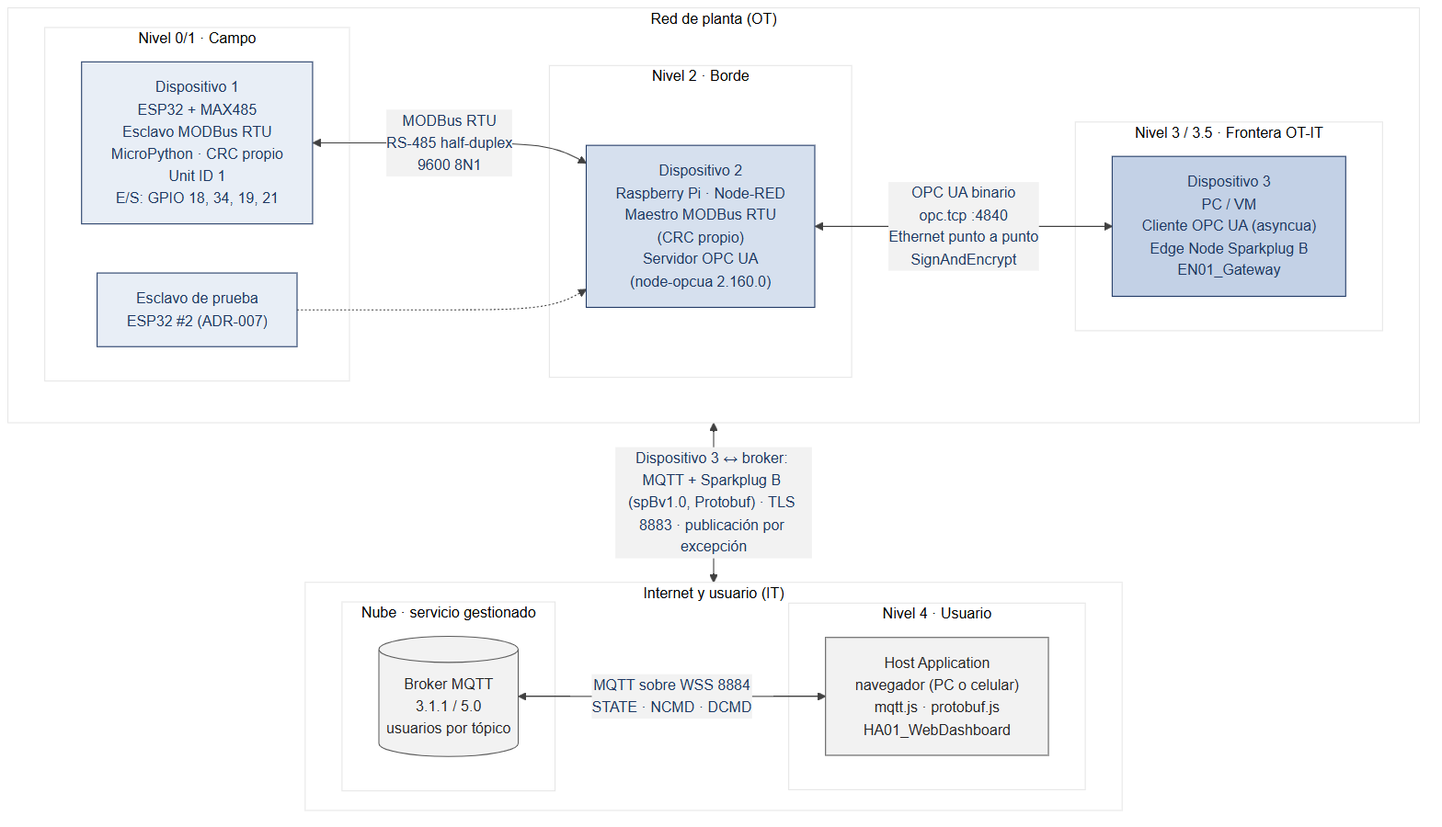
The Mermaid diagram tarea-3/docs/diagramas/arquitectura-general.png in bevilacquafrancisco/protocolos-comunicaciones-industriales, before a commit. Its source is kept beside it as tarea-3/docs/diagramas/arquitectura-general.mmd. The source it was exported from:
```mermaid
flowchart TB
    subgraph OT["Red de planta (OT)"]
        direction LR
        subgraph N1["Nivel 0/1 · Campo"]
            direction TB
            D1["Dispositivo 1<br/>ESP32 + MAX485<br/>Esclavo MODBus RTU<br/>MicroPython · CRC propio<br/>Unit ID 1<br/>E/S: GPIO 18, 34, 19, 21"]
            D1P["Esclavo de prueba<br/>ESP32 #2 (ADR-007)"]
        end
        subgraph N2["Nivel 2 · Borde"]
            D2["Dispositivo 2<br/>Raspberry Pi · Node-RED<br/>Maestro MODBus RTU<br/>(CRC propio)<br/>Servidor OPC UA<br/>(node-opcua 2.160.0)"]
        end
        subgraph N3["Nivel 3 / 3.5 · Frontera OT-IT"]
            D3["Dispositivo 3<br/>PC / VM<br/>Cliente OPC UA (asyncua)<br/>Edge Node Sparkplug B<br/>EN01_Gateway"]
        end
        D1 <-->|"MODBus RTU<br/>RS-485 half-duplex<br/>9600 8N1"| D2
        D1P -.-> D2
        D2 <-->|"OPC UA binario<br/>opc.tcp :4840<br/>Ethernet punto a punto<br/>SignAndEncrypt"| D3
    end

    subgraph IT["Internet y usuario (IT)"]
        direction LR
        subgraph NUBE["Nube · servicio gestionado"]
            BR[("Broker MQTT<br/>3.1.1 / 5.0<br/>usuarios por tópico")]
        end
        subgraph N4["Nivel 4 · Usuario"]
            HA["Host Application<br/>navegador (PC o celular)<br/>mqtt.js · protobuf.js<br/>HA01_WebDashboard"]
        end
        BR <-->|"MQTT sobre WSS 8884<br/>STATE · NCMD · DCMD"| HA
    end

    OT <-->|"Dispositivo 3 ↔ broker: MQTT + Sparkplug B (spBv1.0, Protobuf) · TLS 8883 · publicación por excepción"| IT

    classDef campo fill:#e8eef6,stroke:#1f3864,color:#1f3864
    classDef borde fill:#d6e0ee,stroke:#1f3864,color:#1f3864
    classDef ops fill:#c3d1e6,stroke:#1f3864,color:#1f3864
    classDef nube fill:#f2f2f2,stroke:#595959,color:#262626
    class D1,D1P campo
    class D2 borde
    class D3 ops
    class BR,HA nube
```
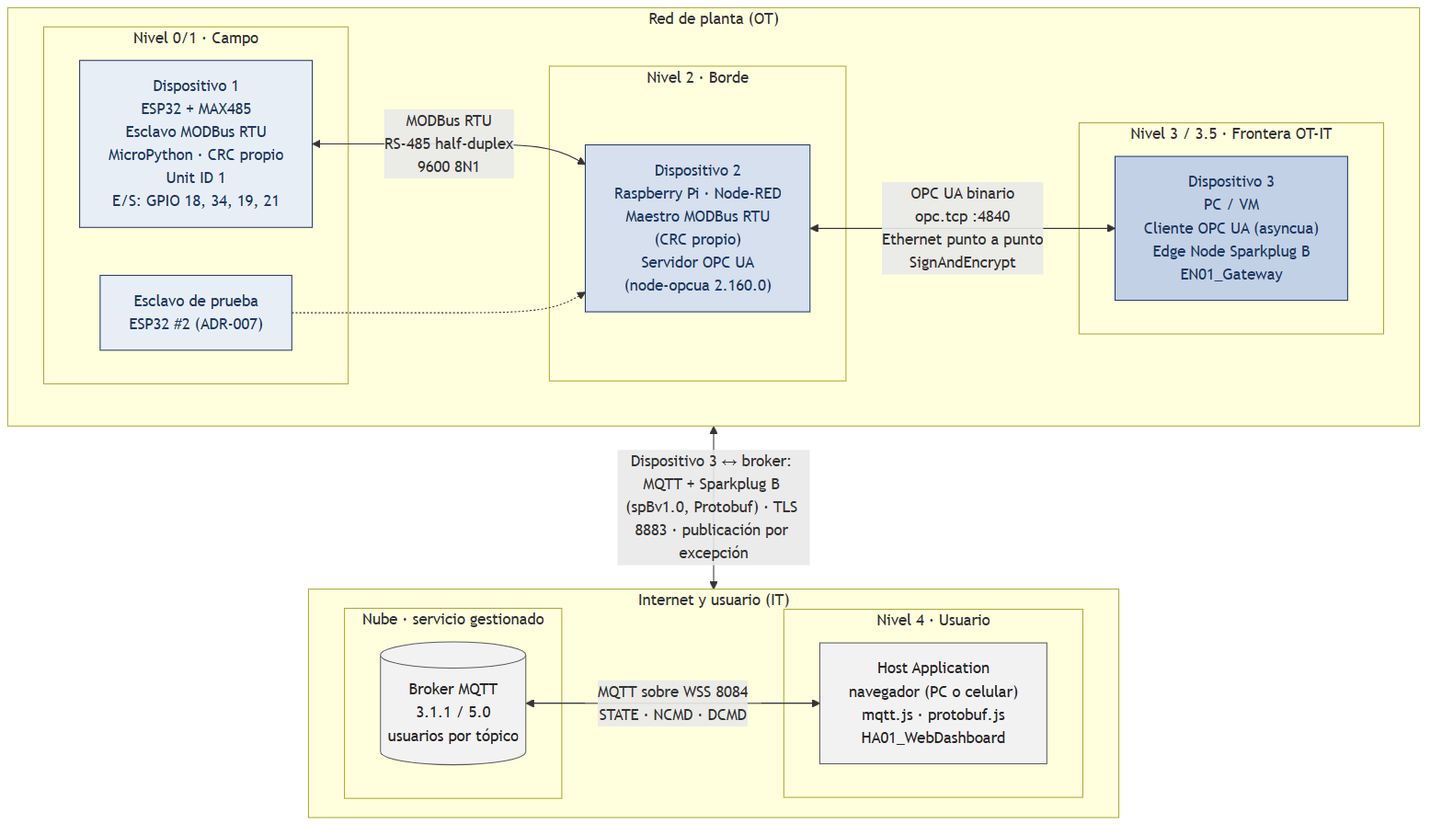
Above is the later version.

What changed in the source:
```diff
@@ -25,7 +25,7 @@
         subgraph N4["Nivel 4 · Usuario"]
             HA["Host Application<br/>navegador (PC o celular)<br/>mqtt.js · protobuf.js<br/>HA01_WebDashboard"]
         end
-        BR <-->|"MQTT sobre WSS 8884<br/>STATE · NCMD · DCMD"| HA
+        BR <-->|"MQTT sobre WSS 8084<br/>STATE · NCMD · DCMD"| HA
     end
 
     OT <-->|"Dispositivo 3 ↔ broker: MQTT + Sparkplug B (spBv1.0, Protobuf) · TLS 8883 · publicación por excepción"| IT
```
